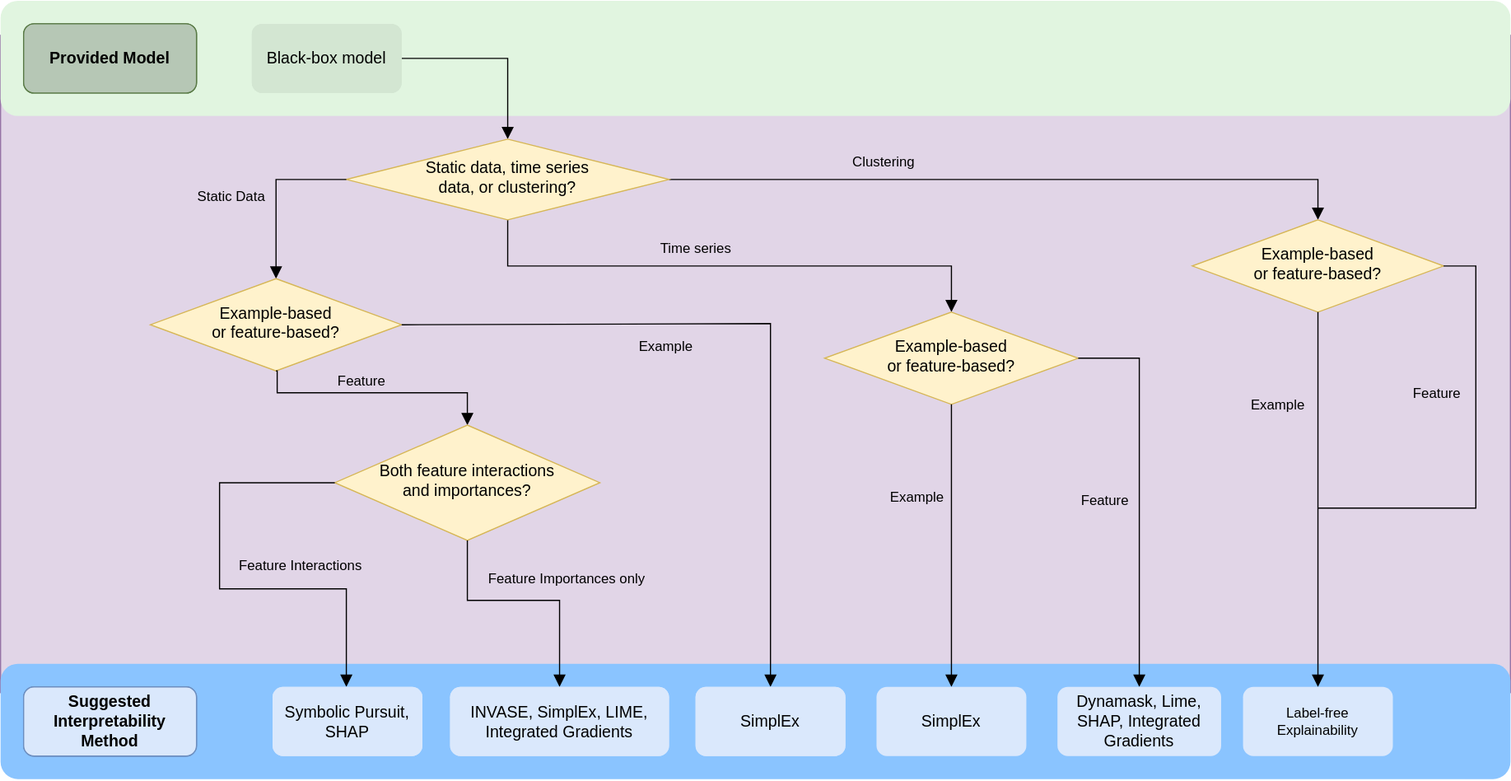
This is images/Interpretability_method_flow_diagram.svg from vanderschaarlab/Interpretability, a draw.io export, as it was before one commit. Source tidied: cells renumbered, new cells last; positions are measured from the earlier drawing's top-left corner, leaving out a move shared by most shapes.
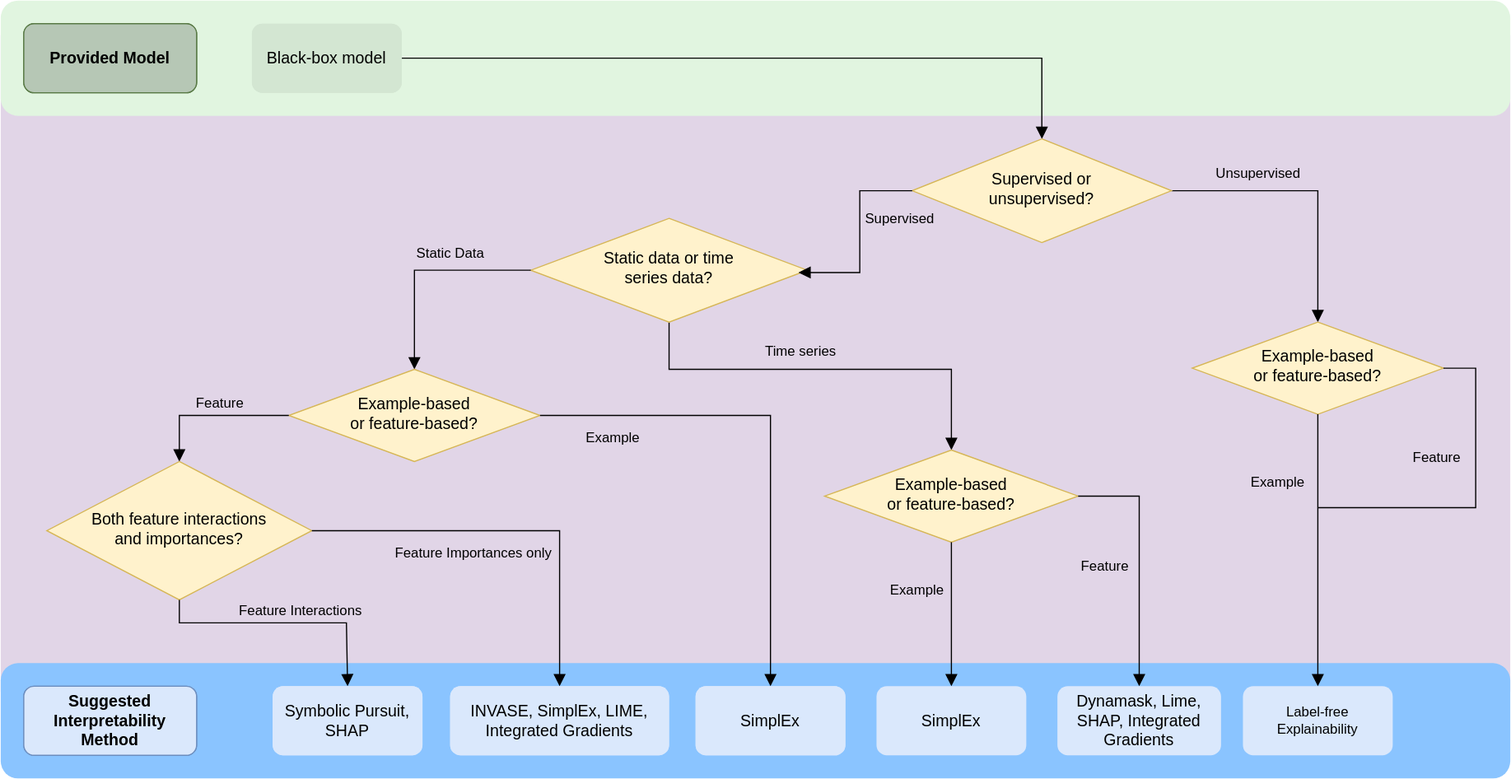
Later version of the same file.

The edit, as a diff of the source:
```diff
@@ -2,7 +2,7 @@
   <root>
     <mxCell id="0" />
     <mxCell id="1" parent="0" />
-    <mxCell id="2" style="rounded=0;whiteSpace=wrap;html=1;glass=0;labelBackgroundColor=none;fontFamily=Helvetica;fontSize=12;strokeWidth=1;fillColor=#e1d5e7;strokeColor=#9673a6;" parent="1" vertex="1">
+    <mxCell id="2" style="rounded=0;whiteSpace=wrap;html=1;glass=0;labelBackgroundColor=none;fontFamily=Helvetica;fontSize=12;strokeWidth=1;fillColor=#e1d5e7;strokeColor=none;" parent="1" vertex="1">
       <mxGeometry y="30" width="1310" height="570" as="geometry" />
     </mxCell>
     <mxCell id="3" style="rounded=1;whiteSpace=wrap;html=1;labelBackgroundColor=none;fontFamily=Helvetica;fontSize=10;fillColor=#8AC4FF;strokeColor=none;" parent="1" vertex="1">
@@ -11,25 +11,30 @@
     <mxCell id="4" style="rounded=1;whiteSpace=wrap;html=1;labelBackgroundColor=none;fontFamily=Helvetica;fontSize=10;fillColor=#E1F5E0;strokeColor=none;" parent="1" vertex="1">
       <mxGeometry width="1310" height="100" as="geometry" />
     </mxCell>
-    <mxCell id="5" style="rounded=0;html=1;jettySize=auto;fontSize=11;endArrow=block;endFill=1;endSize=8;strokeWidth=1;shadow=0;labelBackgroundColor=none;edgeStyle=orthogonalEdgeStyle;exitX=1;exitY=0.5;exitDx=0;exitDy=0;" parent="1" edge="1" source="6" target="9">
+    <mxCell id="5" style="rounded=0;html=1;jettySize=auto;fontSize=11;endArrow=block;endFill=1;endSize=8;strokeWidth=1;shadow=0;labelBackgroundColor=none;edgeStyle=orthogonalEdgeStyle;exitX=1;exitY=0.5;exitDx=0;exitDy=0;" parent="1" edge="1" source="6" target="37">
       <mxGeometry relative="1" as="geometry" />
     </mxCell>
     <mxCell id="6" value="Black-box model" style="rounded=1;whiteSpace=wrap;html=1;fontSize=12;glass=0;strokeWidth=1;shadow=0;fillColor=#D3E6D2;strokeColor=none;" parent="1" vertex="1">
       <mxGeometry x="218" y="20" width="130" height="60" as="geometry" />
     </mxCell>
     <mxCell id="7" value="&lt;font style=&quot;font-size: 12px;&quot;&gt;Time series&lt;/font&gt;" style="rounded=0;html=1;jettySize=auto;fontSize=11;endArrow=block;endFill=1;endSize=8;strokeWidth=1;shadow=0;labelBackgroundColor=none;edgeStyle=orthogonalEdgeStyle;entryX=0.5;entryY=0;entryDx=0;entryDy=0;exitX=0.5;exitY=1;exitDx=0;exitDy=0;" parent="1" edge="1" source="9" target="13">
-      <mxGeometry x="-0.13" y="15" relative="1" as="geometry" />
+      <mxGeometry x="-0.13" y="15" relative="1" as="geometry">
+        <Array as="points">
+          <mxPoint x="580" y="320" />
+          <mxPoint x="825" y="320" />
+        </Array>
+      </mxGeometry>
     </mxCell>
-    <mxCell id="8" value="&lt;font style=&quot;font-size: 12px;&quot;&gt;Clustering&lt;/font&gt;" style="edgeStyle=orthogonalEdgeStyle;rounded=0;html=1;jettySize=auto;fontSize=11;endArrow=block;endFill=1;endSize=8;strokeWidth=1;shadow=0;labelBackgroundColor=none;entryX=0.5;entryY=0;entryDx=0;entryDy=0;" parent="1" edge="1" source="9" target="28">
+    <mxCell id="8" value="&lt;font style=&quot;font-size: 12px;&quot;&gt;Unsupervised&lt;br&gt;&lt;/font&gt;" style="edgeStyle=orthogonalEdgeStyle;rounded=0;html=1;jettySize=auto;fontSize=11;endArrow=block;endFill=1;endSize=8;strokeWidth=1;shadow=0;labelBackgroundColor=none;entryX=0.5;entryY=0;entryDx=0;entryDy=0;exitX=1;exitY=0.5;exitDx=0;exitDy=0;" parent="1" edge="1" source="37" target="28">
       <mxGeometry x="-0.38" y="15" relative="1" as="geometry" />
     </mxCell>
-    <mxCell id="9" value="&lt;font style=&quot;font-size: 14px;&quot;&gt;Static data, time series&lt;br&gt;data, or clustering?&lt;/font&gt;" style="rhombus;whiteSpace=wrap;html=1;shadow=0;fontFamily=Helvetica;fontSize=12;align=center;strokeWidth=1;spacing=6;spacingTop=-4;fillColor=#fff2cc;strokeColor=#d6b656;" parent="1" vertex="1">
-      <mxGeometry x="300" y="120" width="280" height="70" as="geometry" />
+    <mxCell id="9" value="&lt;font style=&quot;font-size: 14px;&quot;&gt;Static data or time&lt;br&gt;series data?&lt;/font&gt;" style="rhombus;whiteSpace=wrap;html=1;shadow=0;fontFamily=Helvetica;fontSize=12;align=center;strokeWidth=1;spacing=6;spacingTop=-4;fillColor=#fff2cc;strokeColor=#d6b656;" parent="1" vertex="1">
+      <mxGeometry x="460" y="189" width="240" height="90" as="geometry" />
     </mxCell>
     <mxCell id="10" value="&lt;font style=&quot;font-size: 12px;&quot;&gt;Static Data&lt;/font&gt;" style="edgeStyle=orthogonalEdgeStyle;rounded=0;html=1;jettySize=auto;fontSize=11;endArrow=block;endFill=1;endSize=8;strokeWidth=1;shadow=0;labelBackgroundColor=none;exitX=0;exitY=0.5;exitDx=0;exitDy=0;entryX=0.5;entryY=0;entryDx=0;entryDy=0;" parent="1" edge="1" source="9" target="12">
-      <mxGeometry x="0.03" y="-39" relative="1" as="geometry">
+      <mxGeometry x="-0.25" y="-14" relative="1" as="geometry">
         <Array as="points">
-          <mxPoint x="239" y="155" />
+          <mxPoint x="359" y="234" />
         </Array>
       </mxGeometry>
     </mxCell>
@@ -37,25 +42,22 @@
       <mxGeometry x="1078" y="595" width="130" height="60" as="geometry" />
     </mxCell>
     <mxCell id="12" value="&lt;font style=&quot;font-size: 14px;&quot;&gt;Example-based&lt;br&gt;or feature-based?&lt;/font&gt;" style="rhombus;whiteSpace=wrap;html=1;shadow=0;fontFamily=Helvetica;fontSize=12;align=center;strokeWidth=1;spacing=6;spacingTop=-4;fillColor=#fff2cc;strokeColor=#d6b656;" parent="1" vertex="1">
-      <mxGeometry x="130" y="241" width="218" height="80" as="geometry" />
+      <mxGeometry x="250" y="320" width="218" height="80" as="geometry" />
     </mxCell>
     <mxCell id="13" value="&lt;span style=&quot;font-size: 14px;&quot;&gt;Example-based&lt;/span&gt;&lt;br style=&quot;font-size: 14px;&quot;&gt;&lt;span style=&quot;font-size: 14px;&quot;&gt;or feature-based?&lt;/span&gt;" style="rhombus;whiteSpace=wrap;html=1;shadow=0;fontFamily=Helvetica;fontSize=12;align=center;strokeWidth=1;spacing=6;spacingTop=-4;fillColor=#fff2cc;strokeColor=#d6b656;" parent="1" vertex="1">
-      <mxGeometry x="715" y="270" width="220" height="80" as="geometry" />
+      <mxGeometry x="715" y="390" width="220" height="80" as="geometry" />
     </mxCell>
-    <mxCell id="14" value="&lt;font style=&quot;font-size: 12px;&quot;&gt;Feature&lt;/font&gt;" style="edgeStyle=orthogonalEdgeStyle;rounded=0;html=1;jettySize=auto;fontSize=11;endArrow=block;endFill=1;endSize=8;strokeWidth=1;shadow=0;labelBackgroundColor=none;exitX=0.5;exitY=1;exitDx=0;exitDy=0;entryX=0.5;entryY=0;entryDx=0;entryDy=0;" parent="1" edge="1" source="12" target="24">
-      <mxGeometry x="-0.13" y="10" relative="1" as="geometry">
+    <mxCell id="14" value="&lt;font style=&quot;font-size: 12px;&quot;&gt;Feature&lt;/font&gt;" style="edgeStyle=orthogonalEdgeStyle;rounded=0;html=1;jettySize=auto;fontSize=11;endArrow=block;endFill=1;endSize=8;strokeWidth=1;shadow=0;labelBackgroundColor=none;exitX=0;exitY=0.5;exitDx=0;exitDy=0;entryX=0.5;entryY=0;entryDx=0;entryDy=0;" parent="1" edge="1" source="12" target="24">
+      <mxGeometry x="-0.11" y="-10" relative="1" as="geometry">
         <Array as="points">
-          <mxPoint x="240" y="321" />
-          <mxPoint x="240" y="340" />
-          <mxPoint x="405" y="340" />
+          <mxPoint x="155" y="360" />
         </Array>
       </mxGeometry>
     </mxCell>
     <mxCell id="15" value="&lt;font style=&quot;font-size: 12px;&quot;&gt;Example&lt;/font&gt;" style="edgeStyle=orthogonalEdgeStyle;rounded=0;html=1;jettySize=auto;fontSize=11;endArrow=block;endFill=1;endSize=8;strokeWidth=1;shadow=0;labelBackgroundColor=none;entryX=0.5;entryY=0;entryDx=0;entryDy=0;exitX=1;exitY=0.5;exitDx=0;exitDy=0;" parent="1" edge="1" source="12" target="20">
-      <mxGeometry x="-0.28" y="-20" relative="1" as="geometry">
+      <mxGeometry x="-0.71" y="-20" relative="1" as="geometry">
         <Array as="points">
-          <mxPoint x="348" y="280" />
-          <mxPoint x="668" y="280" />
+          <mxPoint x="668" y="360" />
         </Array>
       </mxGeometry>
     </mxCell>
@@ -65,7 +67,7 @@
     <mxCell id="17" value="&lt;font style=&quot;font-size: 12px;&quot;&gt;Feature&lt;/font&gt;" style="edgeStyle=orthogonalEdgeStyle;rounded=0;html=1;jettySize=auto;fontSize=11;endArrow=block;endFill=1;endSize=8;strokeWidth=1;shadow=0;labelBackgroundColor=none;exitX=1;exitY=0.5;exitDx=0;exitDy=0;entryX=0.5;entryY=0;entryDx=0;entryDy=0;" parent="1" edge="1" source="13" target="18">
       <mxGeometry x="0.05" y="-30" relative="1" as="geometry">
         <Array as="points">
-          <mxPoint x="988" y="310" />
+          <mxPoint x="988" y="430" />
         </Array>
       </mxGeometry>
     </mxCell>
@@ -88,38 +90,34 @@
       <mxGeometry x="20" y="595" width="150" height="60" as="geometry" />
     </mxCell>
     <mxCell id="24" value="&lt;font style=&quot;font-size: 14px;&quot;&gt;Both feature interactions&lt;br&gt;and importances?&lt;/font&gt;" style="rhombus;whiteSpace=wrap;html=1;shadow=0;fontFamily=Helvetica;fontSize=12;align=center;strokeWidth=1;spacing=6;spacingTop=-4;fillColor=#fff2cc;strokeColor=#d6b656;" parent="1" vertex="1">
-      <mxGeometry x="290" y="368" width="230" height="100" as="geometry" />
+      <mxGeometry x="40" y="400" width="230" height="120" as="geometry" />
     </mxCell>
-    <mxCell id="25" value="&lt;font style=&quot;font-size: 12px;&quot;&gt;Feature Interactions&lt;/font&gt;" style="edgeStyle=orthogonalEdgeStyle;rounded=0;html=1;jettySize=auto;fontSize=11;endArrow=block;endFill=1;endSize=8;strokeWidth=1;shadow=0;labelBackgroundColor=none;exitX=0;exitY=0.5;exitDx=0;exitDy=0;entryX=0.5;entryY=0;entryDx=0;entryDy=0;" parent="1" edge="1" source="24" target="26">
-      <mxGeometry x="0.35" y="20" relative="1" as="geometry">
+    <mxCell id="25" value="&lt;font style=&quot;font-size: 12px;&quot;&gt;Feature Interactions&lt;/font&gt;" style="edgeStyle=orthogonalEdgeStyle;rounded=0;html=1;jettySize=auto;fontSize=11;endArrow=block;endFill=1;endSize=8;strokeWidth=1;shadow=0;labelBackgroundColor=none;exitX=0.5;exitY=1;exitDx=0;exitDy=0;entryX=0.5;entryY=0;entryDx=0;entryDy=0;" parent="1" edge="1" source="24" target="26">
+      <mxGeometry x="0.14" y="10" relative="1" as="geometry">
         <Array as="points">
-          <mxPoint x="190" y="418" />
-          <mxPoint x="190" y="510" />
-          <mxPoint x="300" y="510" />
-          <mxPoint x="300" y="595" />
+          <mxPoint x="155" y="540" />
+          <mxPoint x="300" y="540" />
         </Array>
       </mxGeometry>
     </mxCell>
     <mxCell id="26" value="&lt;font style=&quot;font-size: 12px;&quot;&gt;Symbolic Pursuit, SHAP&lt;/font&gt;" style="rounded=1;whiteSpace=wrap;html=1;fontSize=12;glass=0;strokeWidth=1;shadow=0;fillColor=#dae8fc;strokeColor=none;" parent="1" vertex="1">
       <mxGeometry x="236" y="595" width="130" height="60" as="geometry" />
     </mxCell>
-    <mxCell id="27" value="&lt;font style=&quot;font-size: 12px;&quot;&gt;Feature Importances only&lt;/font&gt;" style="edgeStyle=orthogonalEdgeStyle;rounded=0;html=1;jettySize=auto;fontSize=11;endArrow=block;endFill=1;endSize=8;strokeWidth=1;shadow=0;labelBackgroundColor=none;exitX=0.5;exitY=1;exitDx=0;exitDy=0;entryX=0.5;entryY=0;entryDx=0;entryDy=0;" parent="1" edge="1" source="24" target="21">
-      <mxGeometry x="0.3" y="21" relative="1" as="geometry">
+    <mxCell id="27" value="&lt;font style=&quot;font-size: 12px;&quot;&gt;Feature Importances only&lt;/font&gt;" style="edgeStyle=orthogonalEdgeStyle;rounded=0;html=1;jettySize=auto;fontSize=11;endArrow=block;endFill=1;endSize=8;strokeWidth=1;shadow=0;labelBackgroundColor=none;exitX=1;exitY=0.5;exitDx=0;exitDy=0;entryX=0.5;entryY=0;entryDx=0;entryDy=0;" parent="1" edge="1" source="24" target="21">
+      <mxGeometry x="-0.2" y="-20" relative="1" as="geometry">
         <Array as="points">
-          <mxPoint x="405" y="520" />
-          <mxPoint x="485" y="520" />
+          <mxPoint x="485" y="460" />
         </Array>
-        <mxPoint x="-15" y="-20" as="offset" />
       </mxGeometry>
     </mxCell>
     <mxCell id="28" value="&lt;span style=&quot;font-size: 14px;&quot;&gt;Example-based&lt;/span&gt;&lt;br style=&quot;font-size: 14px;&quot;&gt;&lt;span style=&quot;font-size: 14px;&quot;&gt;or feature-based?&lt;/span&gt;" style="rhombus;whiteSpace=wrap;html=1;shadow=0;fontFamily=Helvetica;fontSize=12;align=center;strokeWidth=1;spacing=6;spacingTop=-4;fillColor=#fff2cc;strokeColor=#d6b656;" parent="1" vertex="1">
-      <mxGeometry x="1034" y="190" width="218" height="80" as="geometry" />
+      <mxGeometry x="1034" y="279" width="218" height="80" as="geometry" />
     </mxCell>
     <mxCell id="29" value="&lt;font style=&quot;font-size: 12px;&quot;&gt;Feature&lt;/font&gt;" style="edgeStyle=orthogonalEdgeStyle;rounded=0;html=1;jettySize=auto;fontSize=11;endArrow=none;endFill=0;endSize=8;strokeWidth=1;shadow=0;labelBackgroundColor=none;exitX=1;exitY=0.5;exitDx=0;exitDy=0;" parent="1" edge="1" source="28">
       <mxGeometry x="-0.26" y="-34" relative="1" as="geometry">
         <mxPoint x="1143" y="440" as="targetPoint" />
         <Array as="points">
-          <mxPoint x="1280" y="230" />
+          <mxPoint x="1280" y="319" />
           <mxPoint x="1280" y="440" />
         </Array>
       </mxGeometry>
@@ -145,5 +143,11 @@
     <mxCell id="36" value="&lt;font style=&quot;font-size: 14px;&quot;&gt;SimplEx&lt;/font&gt;" style="rounded=1;whiteSpace=wrap;html=1;fontSize=12;glass=0;strokeWidth=1;shadow=0;fillColor=#dae8fc;strokeColor=none;" parent="1" vertex="1">
       <mxGeometry x="603" y="595" width="130" height="60" as="geometry" />
     </mxCell>
+    <mxCell id="37" value="&lt;span style=&quot;font-size: 14px;&quot;&gt;Supervised or&lt;br&gt;unsupervised?&lt;/span&gt;" style="rhombus;whiteSpace=wrap;html=1;shadow=0;fontFamily=Helvetica;fontSize=12;align=center;strokeWidth=1;spacing=6;spacingTop=-4;fillColor=#fff2cc;strokeColor=#d6b656;" parent="1" vertex="1">
+      <mxGeometry x="791" y="120" width="225" height="90" as="geometry" />
+    </mxCell>
+    <mxCell id="38" value="&lt;font style=&quot;font-size: 12px;&quot;&gt;Supervised&lt;br&gt;&lt;/font&gt;" style="edgeStyle=orthogonalEdgeStyle;rounded=0;html=1;jettySize=auto;fontSize=11;endArrow=block;endFill=1;endSize=8;strokeWidth=1;shadow=0;labelBackgroundColor=none;entryX=0.968;entryY=0.522;entryDx=0;entryDy=0;exitX=0;exitY=0.5;exitDx=0;exitDy=0;entryPerimeter=0;" parent="1" edge="1" source="37" target="9">
+      <mxGeometry x="-0.87" y="25" relative="1" as="geometry" />
+    </mxCell>
   </root>
 </mxGraphModel>
```
